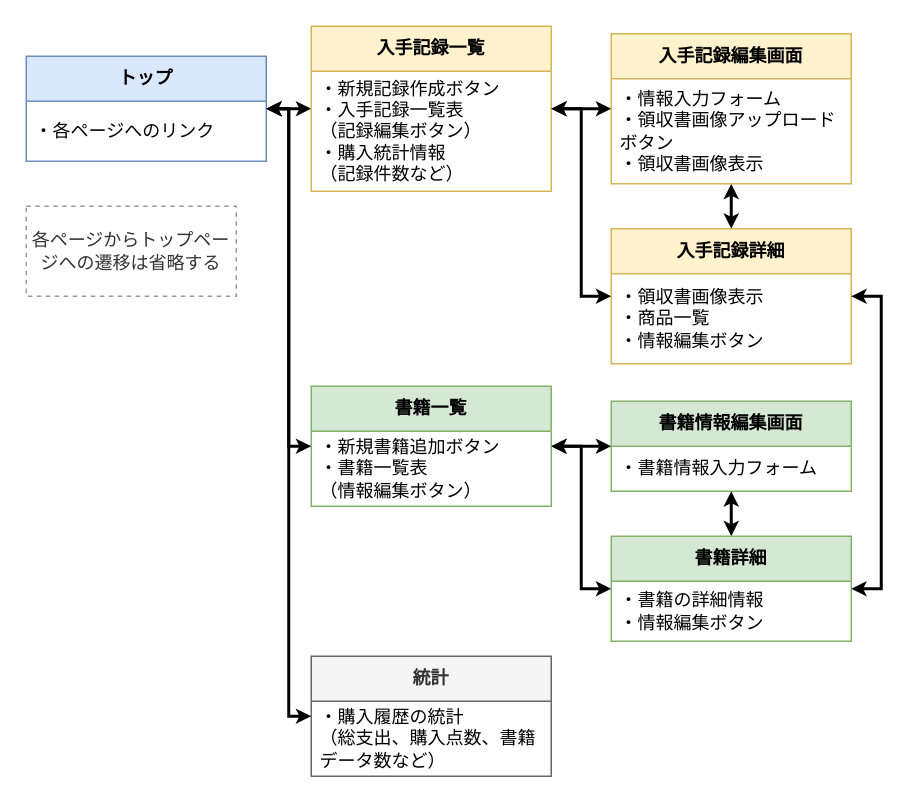
sm-miki/LivreRecords keeps this draw.io diagram as docs/images/画面遷移図.drawio. Above is the earlier version. Source tidied: cells renumbered, new cells numbered last; positions are measured from the earlier drawing's top-left corner, leaving out a move shared by most shapes. Both pictures are drawn from the tidied source at 150%, with x=0, y=0 at pixel (26, 26).
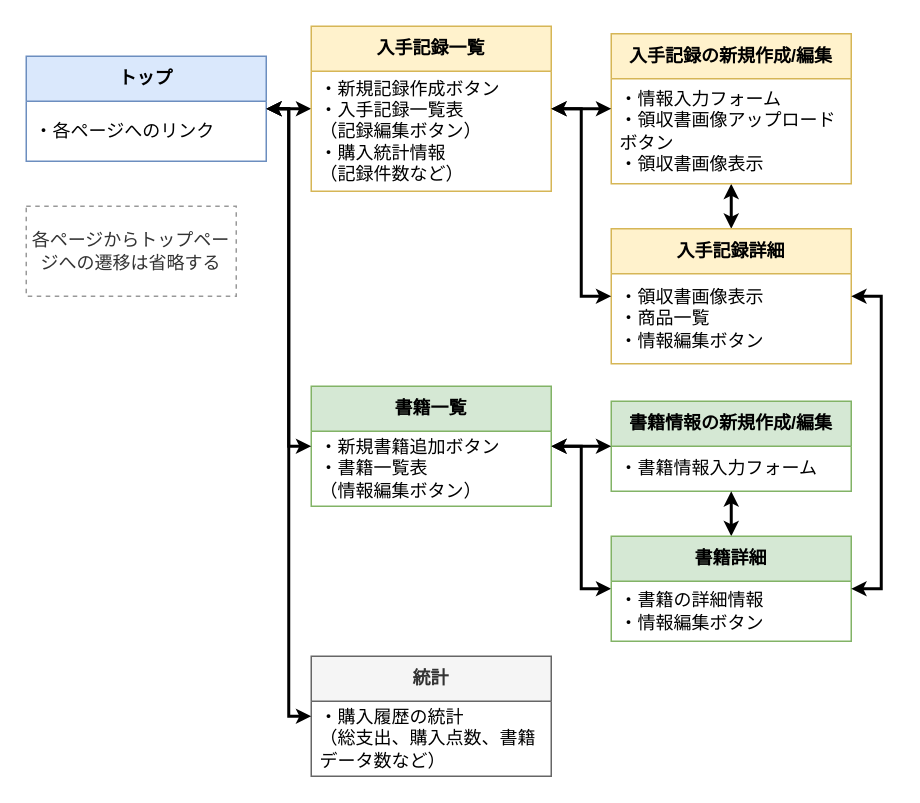
The same page after the edit.

Commit message (it also covers changes not shown here):
update: README.mdにスクリーンショットを追加

Change to the diagram source:
```diff
@@
-    <mxCell id="11" value="&lt;b&gt;書籍情報編集画面&lt;/b&gt;" style="swimlane;fontStyle=0;horizontal=1;startSize=30;whiteSpace=wrap;html=1;fillColor=#d5e8d4;strokeColor=#82b366;" parent="1" vertex="1">
+    <mxCell id="11" value="&lt;b&gt;書籍情報の新規作成/編集&lt;/b&gt;" style="swimlane;fontStyle=0;horizontal=1;startSize=30;whiteSpace=wrap;html=1;fillColor=#d5e8d4;strokeColor=#82b366;" parent="1" vertex="1">
       <mxGeometry x="390" y="250" width="160" height="60" as="geometry" />
     </mxCell>
@@
-    <mxCell id="20" value="&lt;b&gt;入手記録編集画面&lt;/b&gt;" style="swimlane;fontStyle=0;horizontal=1;startSize=30;whiteSpace=wrap;html=1;fillColor=#fff2cc;strokeColor=#d6b656;" parent="1" vertex="1">
+    <mxCell id="20" value="&lt;b&gt;入手記録の新規作成/編集&lt;/b&gt;" style="swimlane;fontStyle=0;horizontal=1;startSize=30;whiteSpace=wrap;html=1;fillColor=#fff2cc;strokeColor=#d6b656;" parent="1" vertex="1">
       <mxGeometry x="390" y="5" width="160" height="100" as="geometry" />
     </mxCell>
```
